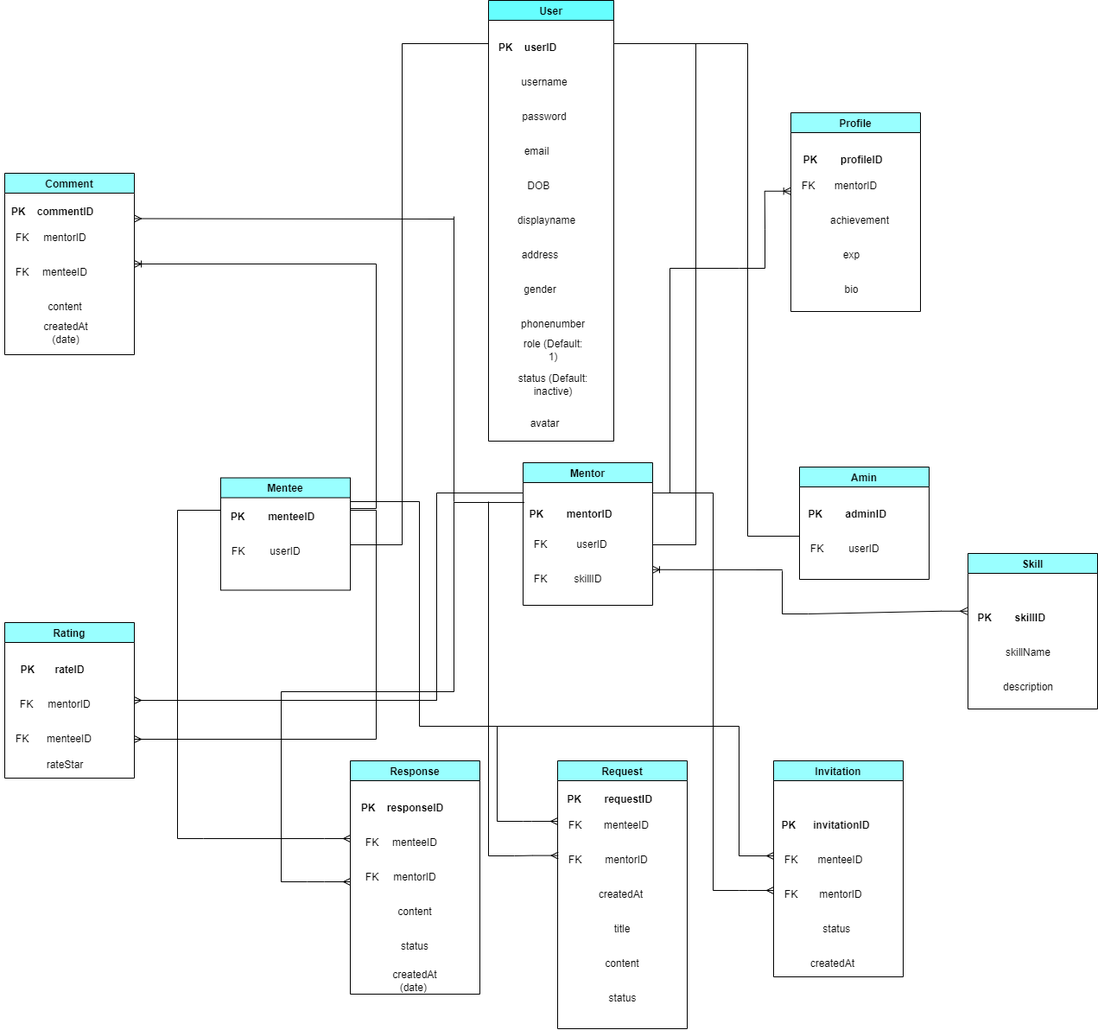
dungdt23/SWP391_Document keeps this draw.io diagram as HappyProgramming_DB.drawio.png. Above is the earlier version. Source tidied: cells renumbered, new cells last; positions are measured from the earlier drawing's top-left corner, leaving out a move shared by most shapes.
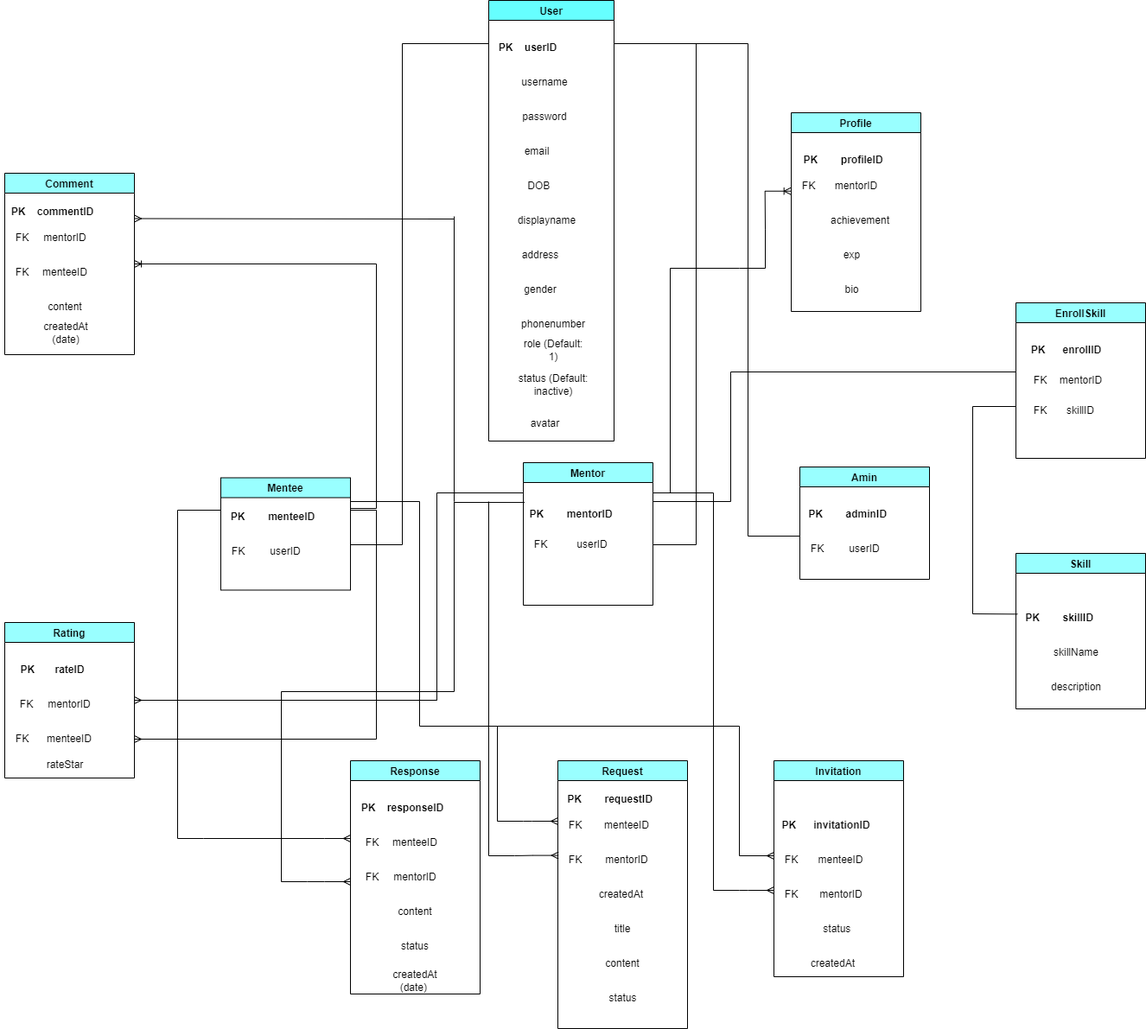
After the commit.

The edit, as a diff of the source:
```diff
@@ -77,14 +77,8 @@
     <mxCell id="26" value="FK" style="text;html=1;align=center;verticalAlign=middle;strokeColor=none;fillColor=none;" parent="23" vertex="1">
       <mxGeometry y="80" width="40" height="30" as="geometry" />
     </mxCell>
-    <mxCell id="27" value="skillID" style="text;html=1;align=center;verticalAlign=middle;strokeColor=none;fillColor=none;" parent="23" vertex="1">
-      <mxGeometry x="45" y="120" width="60" height="30" as="geometry" />
-    </mxCell>
-    <mxCell id="28" value="FK" style="text;html=1;align=center;verticalAlign=middle;strokeColor=none;fillColor=none;" parent="23" vertex="1">
-      <mxGeometry y="120" width="40" height="30" as="geometry" />
-    </mxCell>
     <mxCell id="29" value="Skill" style="swimlane;startSize=23;fillColor=#99FFFF;" parent="1" vertex="1">
-      <mxGeometry x="1120" y="640" width="150" height="180" as="geometry" />
+      <mxGeometry x="1175" y="640" width="150" height="180" as="geometry" />
     </mxCell>
     <mxCell id="30" value="&lt;b&gt;PK&amp;nbsp; &amp;nbsp; &amp;nbsp; &amp;nbsp; skillID&lt;/b&gt;" style="text;html=1;align=center;verticalAlign=middle;points=[];strokeColor=none;fillColor=none;" parent="29" vertex="1">
       <mxGeometry y="60" width="100" height="30" as="geometry" />
@@ -403,22 +397,6 @@
         <mxPoint x="475" y="810" as="sourcePoint" />
       </mxGeometry>
     </mxCell>
-    <mxCell id="110" style="edgeStyle=entityRelationEdgeStyle;fontSize=12;html=1;endArrow=ERoneToMany;rounded=0;entryX=1;entryY=0.75;entryDx=0;entryDy=0;" parent="1" edge="1" target="23">
-      <mxGeometry relative="1" as="geometry">
-        <mxPoint x="875" y="659" as="sourcePoint" />
-      </mxGeometry>
-    </mxCell>
-    <mxCell id="111" style="endArrow=none;html=1;rounded=0;" parent="1" edge="1">
-      <mxGeometry relative="1" as="geometry">
-        <mxPoint x="905" y="710" as="sourcePoint" />
-        <mxPoint x="905" y="660" as="targetPoint" />
-      </mxGeometry>
-    </mxCell>
-    <mxCell id="112" style="edgeStyle=entityRelationEdgeStyle;fontSize=12;html=1;endArrow=ERmany;rounded=0;entryX=-0.009;entryY=0.226;entryDx=0;entryDy=0;entryPerimeter=0;" parent="1" edge="1" target="30">
-      <mxGeometry relative="1" as="geometry">
-        <mxPoint x="905" y="710" as="sourcePoint" />
-      </mxGeometry>
-    </mxCell>
     <mxCell id="113" style="endArrow=none;html=1;rounded=0;" parent="1" edge="1">
       <mxGeometry relative="1" as="geometry">
         <mxPoint x="775" y="570" as="sourcePoint" />
@@ -489,5 +467,58 @@
         <mxPoint x="855" y="310" as="targetPoint" />
       </mxGeometry>
     </mxCell>
+    <mxCell id="125" value="EnrollSkill" style="swimlane;fillColor=#99FFFF;" parent="1" vertex="1">
+      <mxGeometry x="1175" y="350" width="150" height="180" as="geometry" />
+    </mxCell>
+    <mxCell id="126" value="&lt;b&gt;PK&amp;nbsp; &amp;nbsp; &amp;nbsp; enrollID&lt;/b&gt;" style="text;html=1;align=center;verticalAlign=middle;strokeColor=none;fillColor=none;" parent="125" vertex="1">
+      <mxGeometry x="7.5" y="40" width="100" height="30" as="geometry" />
+    </mxCell>
+    <mxCell id="127" value="mentorID" style="text;html=1;strokeColor=none;fillColor=none;align=center;verticalAlign=middle;whiteSpace=wrap;rounded=0;" parent="125" vertex="1">
+      <mxGeometry x="47.5" y="75" width="55" height="30" as="geometry" />
+    </mxCell>
+    <mxCell id="27" value="skillID" style="text;html=1;strokeColor=none;fillColor=none;align=center;verticalAlign=middle;whiteSpace=wrap;rounded=0;" parent="125" vertex="1">
+      <mxGeometry x="45" y="110" width="60" height="30" as="geometry" />
+    </mxCell>
+    <mxCell id="128" value="FK" style="text;html=1;align=center;verticalAlign=middle;strokeColor=none;fillColor=none;" parent="125" vertex="1">
+      <mxGeometry x="7.5" y="75" width="40" height="30" as="geometry" />
+    </mxCell>
+    <mxCell id="129" value="FK" style="text;html=1;align=center;verticalAlign=middle;strokeColor=none;fillColor=none;" parent="125" vertex="1">
+      <mxGeometry x="7.5" y="110" width="40" height="30" as="geometry" />
+    </mxCell>
+    <mxCell id="130" style="endArrow=none;html=1;rounded=0;" parent="1" edge="1">
+      <mxGeometry relative="1" as="geometry">
+        <mxPoint x="1125" y="470" as="sourcePoint" />
+        <mxPoint x="1175" y="470" as="targetPoint" />
+      </mxGeometry>
+    </mxCell>
+    <mxCell id="131" style="endArrow=none;html=1;rounded=0;" parent="1" edge="1">
+      <mxGeometry relative="1" as="geometry">
+        <mxPoint x="1125" y="710" as="sourcePoint" />
+        <mxPoint x="1125" y="470" as="targetPoint" />
+      </mxGeometry>
+    </mxCell>
+    <mxCell id="132" style="endArrow=none;html=1;rounded=0;entryX=0.019;entryY=0.345;entryDx=0;entryDy=0;entryPerimeter=0;" parent="1" edge="1" target="30">
+      <mxGeometry relative="1" as="geometry">
+        <mxPoint x="1125" y="710" as="sourcePoint" />
+      </mxGeometry>
+    </mxCell>
+    <mxCell id="133" style="endArrow=none;html=1;rounded=0;" parent="1" edge="1">
+      <mxGeometry relative="1" as="geometry">
+        <mxPoint x="845" y="430" as="sourcePoint" />
+        <mxPoint x="1175" y="430" as="targetPoint" />
+      </mxGeometry>
+    </mxCell>
+    <mxCell id="134" style="endArrow=none;html=1;rounded=0;" parent="1" edge="1">
+      <mxGeometry relative="1" as="geometry">
+        <mxPoint x="755" y="580" as="sourcePoint" />
+        <mxPoint x="845" y="580" as="targetPoint" />
+      </mxGeometry>
+    </mxCell>
+    <mxCell id="135" style="endArrow=none;html=1;rounded=0;" parent="1" edge="1">
+      <mxGeometry relative="1" as="geometry">
+        <mxPoint x="845" y="580" as="sourcePoint" />
+        <mxPoint x="845" y="430" as="targetPoint" />
+      </mxGeometry>
+    </mxCell>
   </root>
 </mxGraphModel>
```
